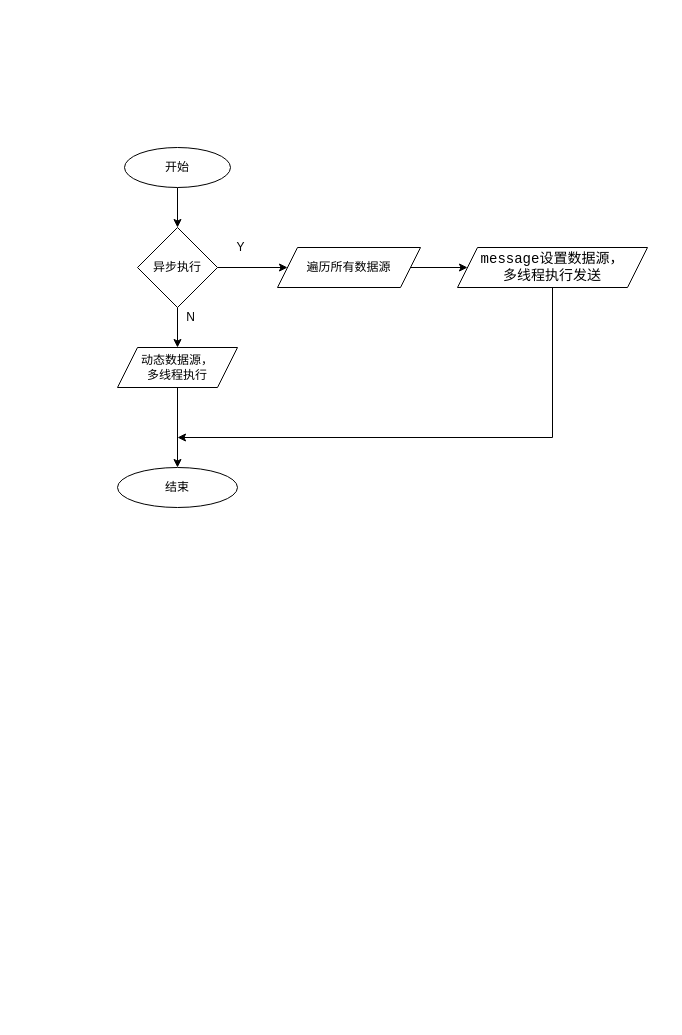
This is 知学云库-定时任务.drawio from xulanliang/FirstRepository, a draw.io file, before an edit. Source tidied: cells renumbered, new cells numbered last; positions are measured from the earlier drawing's top-left corner, leaving out a move shared by most shapes. Both pictures are drawn from the tidied source at 100%, with x=0, y=0 at pixel (117, 147).
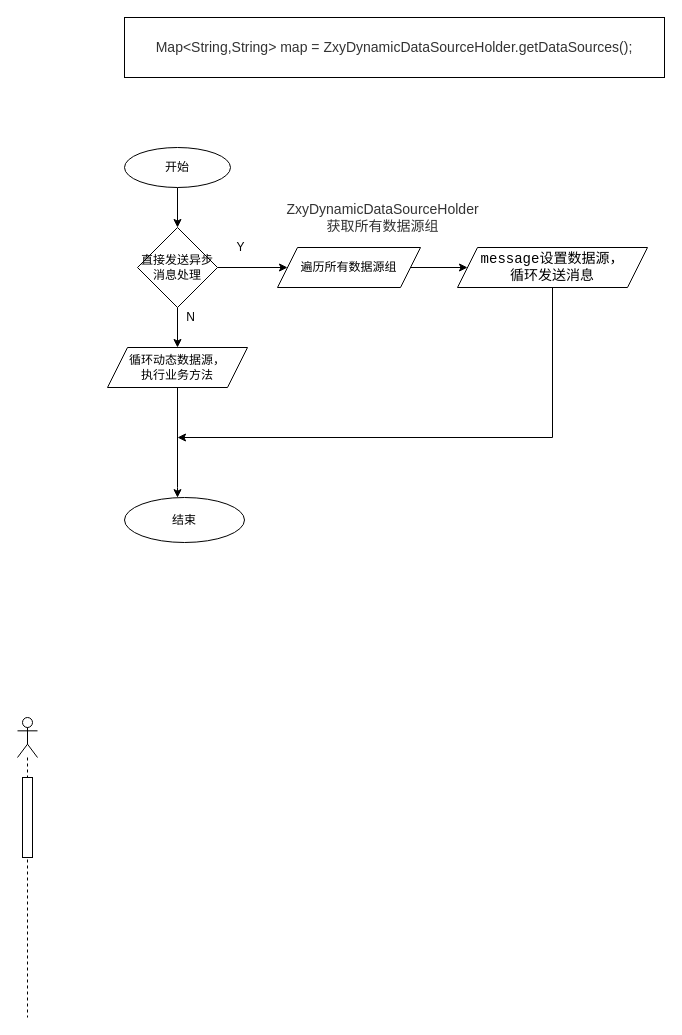
Above is the later version.

Commit message:
Update 知学云库-定时任务.drawio

Diff of the diagram source:
```diff
@@
+    <mxCell id="5" style="edgeStyle=orthogonalEdgeStyle;rounded=0;jettySize=auto;html=1;" parent="1" edge="1" source="6" target="12">
+      <mxGeometry relative="1" as="geometry" />
+    </mxCell>
-    <mxCell id="4" style="edgeStyle=orthogonalEdgeStyle;rounded=0;jettySize=auto;html=1;" parent="1" edge="1" source="6" target="8">
+    <mxCell id="4" style="edgeStyle=orthogonalEdgeStyle;rounded=0;jettySize=auto;html=1;entryX=0.5;entryY=0;entryDx=0;entryDy=0;" parent="1" edge="1" source="6" target="8">
       <mxGeometry relative="1" as="geometry" />
     </mxCell>
-    <mxCell id="5" style="edgeStyle=orthogonalEdgeStyle;rounded=0;jettySize=auto;html=1;" parent="1" edge="1" source="6" target="12">
-      <mxGeometry relative="1" as="geometry" />
-    </mxCell>
-    <mxCell id="6" value="异步执行" style="rhombus;whiteSpace=wrap;html=1;" parent="1" vertex="1">
+    <mxCell id="6" value="直接发送异步消息处理" style="rhombus;whiteSpace=wrap;html=1;" parent="1" vertex="1">
       <mxGeometry x="20" y="80" width="80" height="80" as="geometry" />
     </mxCell>
     <mxCell id="7" style="edgeStyle=orthogonalEdgeStyle;rounded=0;jettySize=auto;html=1;" parent="1" edge="1" source="8" target="10">
-      <mxGeometry relative="1" as="geometry" />
+      <mxGeometry relative="1" as="geometry">
+        <Array as="points">
+          <mxPoint x="60" y="340" />
+          <mxPoint x="60" y="340" />
+        </Array>
+      </mxGeometry>
     </mxCell>
-    <mxCell id="8" value="动态数据源，&lt;br&gt;多线程执行" style="shape=parallelogram;perimeter=parallelogramPerimeter;whiteSpace=wrap;html=1;fixedSize=1;" parent="1" vertex="1">
-      <mxGeometry y="200" width="120" height="40" as="geometry" />
+    <mxCell id="8" value="循环动态数据源，&lt;br&gt;执行业务方法" style="shape=parallelogram;perimeter=parallelogramPerimeter;whiteSpace=wrap;html=1;fixedSize=1;" parent="1" vertex="1">
+      <mxGeometry x="-10" y="200" width="140" height="40" as="geometry" />
     </mxCell>
@@
     <mxCell id="10" value="结束" style="ellipse;whiteSpace=wrap;html=1;" parent="1" vertex="1">
-      <mxGeometry y="320" width="120" height="40" as="geometry" />
+      <mxGeometry x="7" y="350" width="120" height="45" as="geometry" />
     </mxCell>
@@
-    <mxCell id="12" value="遍历所有数据源" style="shape=parallelogram;perimeter=parallelogramPerimeter;whiteSpace=wrap;html=1;fixedSize=1;" parent="1" vertex="1">
+    <mxCell id="12" value="遍历所有数据源组" style="shape=parallelogram;perimeter=parallelogramPerimeter;whiteSpace=wrap;html=1;fixedSize=1;" parent="1" vertex="1">
       <mxGeometry x="160" y="100" width="143" height="40" as="geometry" />
     </mxCell>
@@
     <mxCell id="14" style="edgeStyle=orthogonalEdgeStyle;rounded=0;jettySize=auto;html=1;" parent="1" edge="1" source="15">
       <mxGeometry relative="1" as="geometry">
         <mxPoint x="60" y="290" as="targetPoint" />
         <Array as="points">
           <mxPoint x="435" y="290" />
+          <mxPoint x="60" y="290" />
         </Array>
       </mxGeometry>
     </mxCell>
-    <mxCell id="15" value="&lt;span style=&quot;font-family: &amp;#34;consolas&amp;#34; , &amp;#34;bitstream vera sans mono&amp;#34; , &amp;#34;courier new&amp;#34; , &amp;#34;courier&amp;#34; , monospace ; font-size: 14px ; text-align: left ; background-color: rgb(255 , 255 , 255)&quot;&gt;message设置数据源，&lt;br&gt;多线程执行发送&lt;br&gt;&lt;/span&gt;" style="shape=parallelogram;perimeter=parallelogramPerimeter;whiteSpace=wrap;html=1;fixedSize=1;" parent="1" vertex="1">
+    <mxCell id="15" value="&lt;span style=&quot;font-family: &amp;#34;consolas&amp;#34; , &amp;#34;bitstream vera sans mono&amp;#34; , &amp;#34;courier new&amp;#34; , &amp;#34;courier&amp;#34; , monospace ; font-size: 14px ; text-align: left ; background-color: rgb(255 , 255 , 255)&quot;&gt;message设置数据源，&lt;br&gt;循环发送消息&lt;br&gt;&lt;/span&gt;" style="shape=parallelogram;perimeter=parallelogramPerimeter;whiteSpace=wrap;html=1;fixedSize=1;" parent="1" vertex="1">
       <mxGeometry x="340" y="100" width="190" height="40" as="geometry" />
     </mxCell>
+    <mxCell id="16" style="shape=umlLifeline;participant=umlActor;perimeter=lifelinePerimeter;whiteSpace=wrap;html=1;verticalAlign=top;spacingTop=36;" parent="1" vertex="1">
+      <mxGeometry x="-100" y="570" width="20" height="300" as="geometry" />
+    </mxCell>
+    <mxCell id="17" style="html=1;perimeter=orthogonalPerimeter;" parent="1" vertex="1">
+      <mxGeometry x="-95" y="630" width="10" height="80" as="geometry" />
+    </mxCell>
+    <mxCell id="18" value="&lt;span style=&quot;color: rgb(51 , 51 , 51) ; font-family: &amp;#34;arial&amp;#34; , sans-serif ; font-size: 14px ; background-color: rgb(255 , 255 , 255)&quot;&gt;ZxyDynamicDataSourceHolder&lt;br&gt;获取所有数据源组&lt;br&gt;&lt;/span&gt;" style="text;html=1;align=center;verticalAlign=middle;strokeColor=none;" parent="1" vertex="1">
+      <mxGeometry x="160" y="55" width="210" height="30" as="geometry" />
+    </mxCell>
+    <mxCell id="19" value="&lt;span style=&quot;color: rgb(51 , 51 , 51) ; font-family: &amp;#34;arial&amp;#34; , sans-serif ; font-size: 14px ; background-color: rgb(255 , 255 , 255)&quot;&gt;Map&amp;lt;String,String&amp;gt; map = ZxyDynamicDataSourceHolder.getDataSources();&lt;/span&gt;" style="rounded=0;whiteSpace=wrap;html=1;" parent="1" vertex="1">
+      <mxGeometry x="7" y="-130" width="540" height="60" as="geometry" />
+    </mxCell>
```
